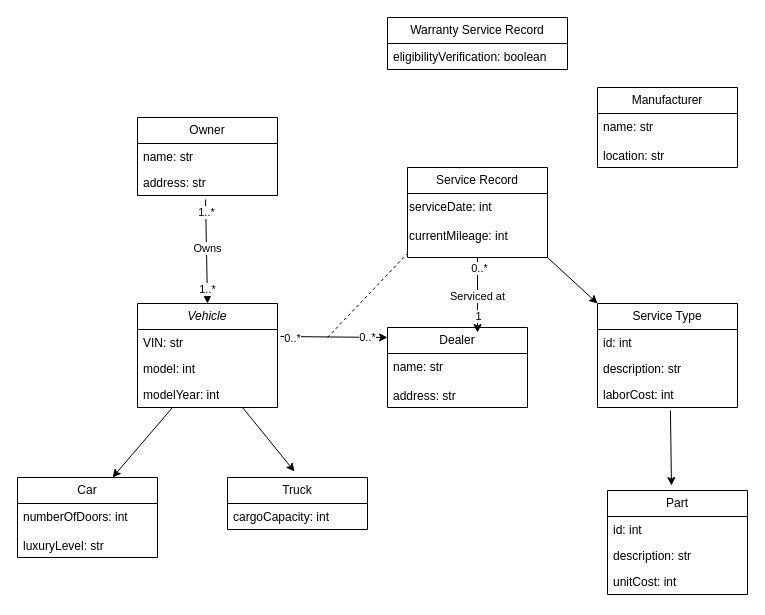
Before: Untitled Diagram.drawio in biabcp/Mid-Term-Domain-Class-Diagram, a draw.io diagram. Source tidied: cells renumbered, new cells numbered last; positions are measured from the earlier drawing's top-left corner, leaving out a move shared by most shapes. Both pictures are drawn from the tidied source at 100%, with x=0, y=0 at pixel (17, 17).
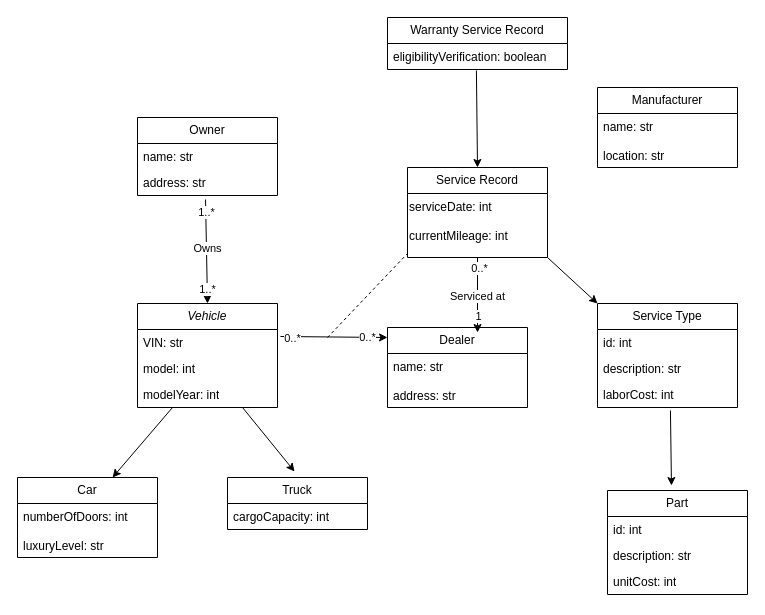
After the change.

Commit message:
Mid Term Domain Class Diagram.drawio

The change refers to these unchanged cells:
```xml
<mxCell id="17" value="Service Record" style="swimlane;fontStyle=0;horizontal=1;startSize=26;fillColor=none;whiteSpace=wrap;html=1;" parent="1" vertex="1">
  <mxGeometry x="390" y="150" width="140" height="90" as="geometry" />
</mxCell>
<mxCell id="20" value="eligibilityVerification: boolean" style="text;strokeColor=none;fillColor=none;align=left;verticalAlign=top;spacingLeft=4;spacingRight=4;overflow=hidden;points=[[0,0.5],[1,0.5]];portConstraint=eastwest;whiteSpace=wrap;html=1;" parent="19" vertex="1">
  <mxGeometry y="26" width="180" height="26" as="geometry" />
</mxCell>
```

Change to the diagram source:
```diff
@@
+    <mxCell id="45" style="endArrow=classic;html=1;rounded=0;exitX=0.494;exitY=1.038;exitDx=0;exitDy=0;exitPerimeter=0;entryX=0.5;entryY=0;entryDx=0;entryDy=0;" parent="1" edge="1" source="20" target="17">
+      <mxGeometry relative="1" as="geometry" />
+    </mxCell>
```
